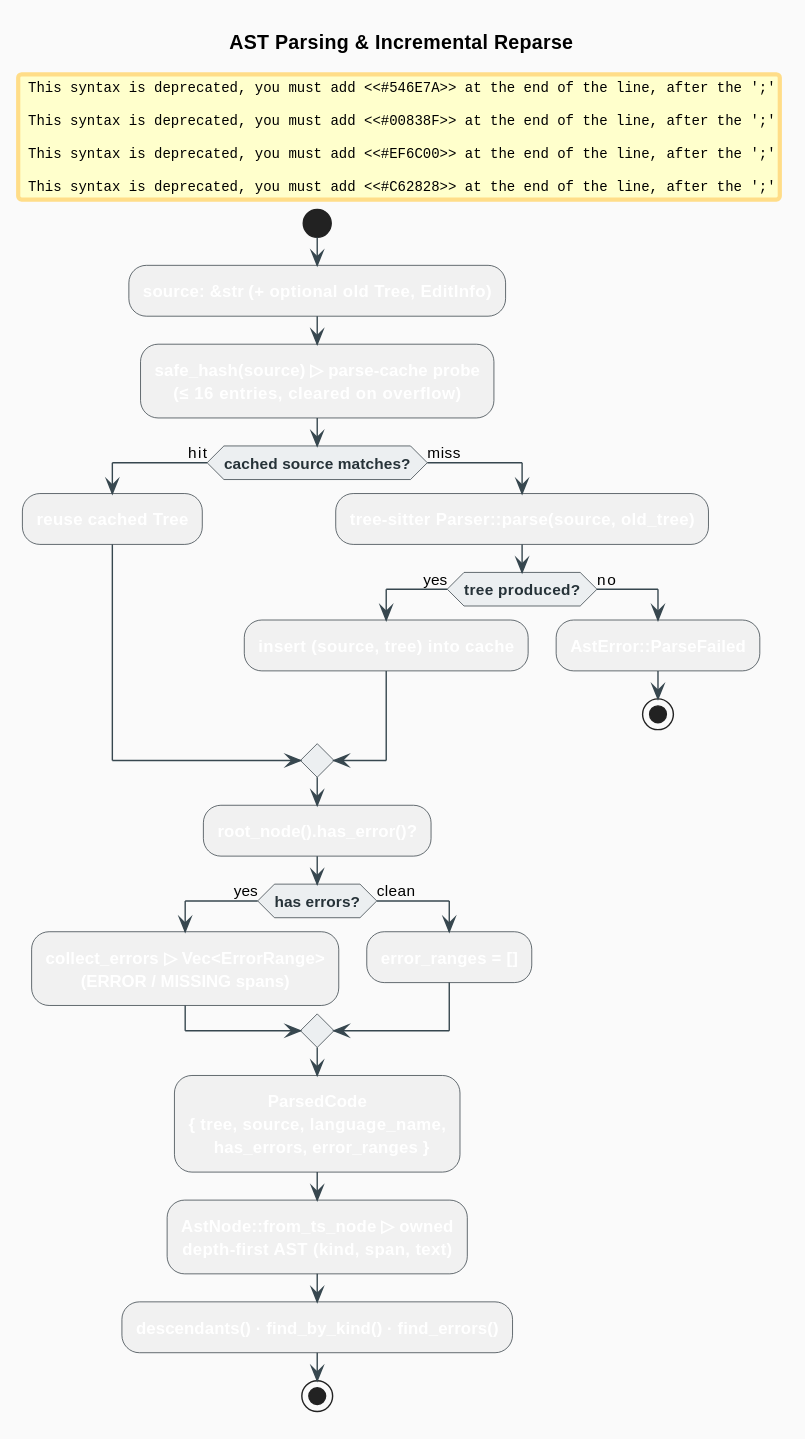
Before: docs/diagrams/code-ast-flow.svg, a diagram exported from PlantUML (vinary-tree/libgrammstein). Source of this version:
```plantuml
@startuml
skinparam backgroundColor #FAFAFA
skinparam shadowing false
skinparam defaultTextAlignment center
skinparam linetype ortho
skinparam ArrowColor #37474F
skinparam activity {
  FontColor white
  FontStyle bold
  BorderColor #263238
  DiamondBackgroundColor #ECEFF1
  DiamondFontColor #263238
}
title AST Parsing & Incremental Reparse

start
:**source: &str** (+ optional old Tree, EditInfo);
#546E7A:safe_hash(source) ▷ parse-cache probe
(≤ 16 entries, cleared on overflow);
if (cached source matches?) then (hit)
  #00838F:reuse cached Tree;
else (miss)
  #546E7A:tree-sitter Parser::parse(source, old_tree);
  if (tree produced?) then (yes)
    #EF6C00:insert (source, tree) into cache;
  else (no)
    #C62828:AstError::ParseFailed;
    stop
  endif
endif
#EF6C00:root_node().has_error()?;
if (has errors?) then (yes)
  #EF6C00:collect_errors ▷ Vec<ErrorRange>
(ERROR / MISSING spans);
else (clean)
  #EF6C00:error_ranges = [];
endif
:**ParsedCode**
{ tree, source, language_name,
  has_errors, error_ranges };
#EF6C00:AstNode::from_ts_node ▷ owned
depth-first AST (kind, span, text);
:descendants() · find_by_kind() · find_errors();
stop
@enduml
```
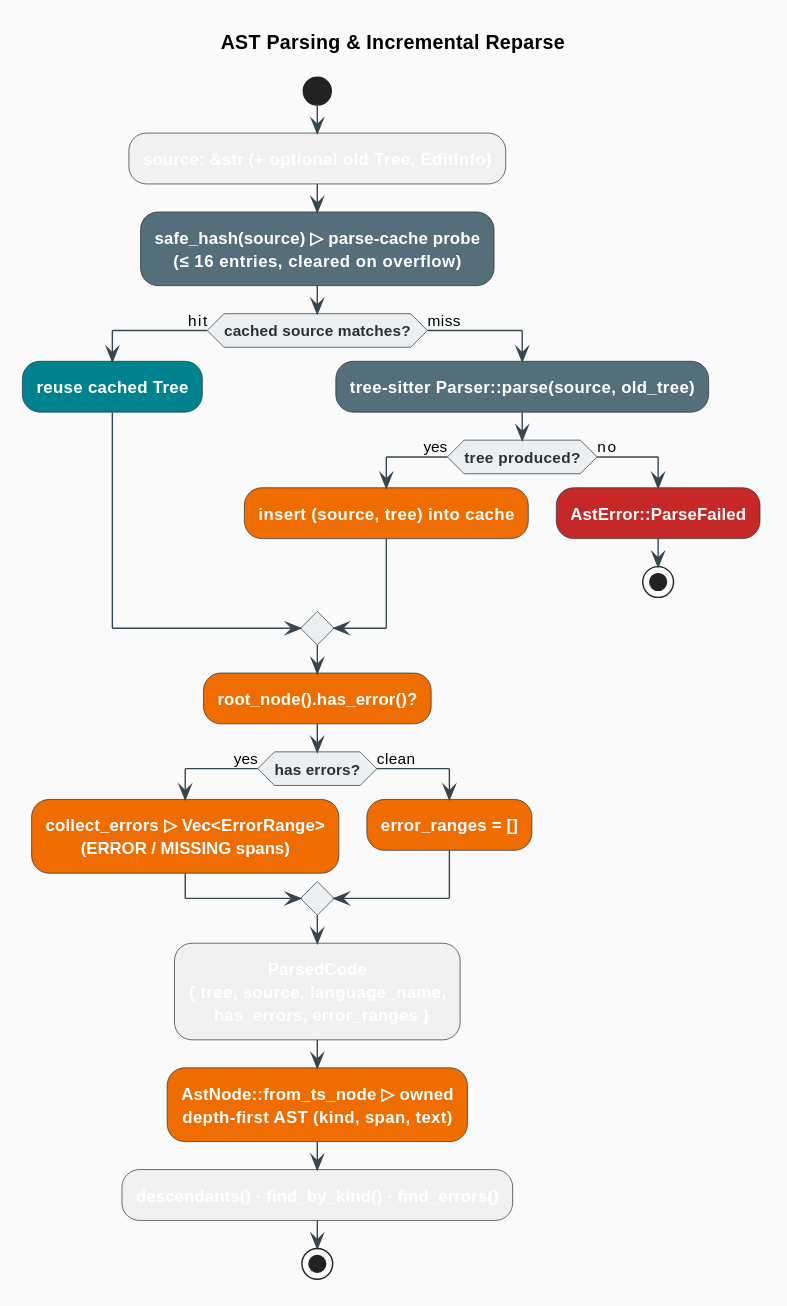
The same diagram one commit later.

The edit, as a diff of the source:
```diff
@@ -15,31 +15,31 @@
 
 start
 :**source: &str** (+ optional old Tree, EditInfo);
-#546E7A:safe_hash(source) ▷ parse-cache probe
-(≤ 16 entries, cleared on overflow);
+:safe_hash(source) ▷ parse-cache probe
+(≤ 16 entries, cleared on overflow); <<#546E7A>>
 if (cached source matches?) then (hit)
-  #00838F:reuse cached Tree;
+  :reuse cached Tree; <<#00838F>>
 else (miss)
-  #546E7A:tree-sitter Parser::parse(source, old_tree);
+  :tree-sitter Parser::parse(source, old_tree); <<#546E7A>>
   if (tree produced?) then (yes)
-    #EF6C00:insert (source, tree) into cache;
+    :insert (source, tree) into cache; <<#EF6C00>>
   else (no)
-    #C62828:AstError::ParseFailed;
+    :AstError::ParseFailed; <<#C62828>>
     stop
   endif
 endif
-#EF6C00:root_node().has_error()?;
+:root_node().has_error()?; <<#EF6C00>>
 if (has errors?) then (yes)
-  #EF6C00:collect_errors ▷ Vec<ErrorRange>
-(ERROR / MISSING spans);
+  :collect_errors ▷ Vec<ErrorRange>
+(ERROR / MISSING spans); <<#EF6C00>>
 else (clean)
-  #EF6C00:error_ranges = [];
+  :error_ranges = []; <<#EF6C00>>
 endif
 :**ParsedCode**
 { tree, source, language_name,
   has_errors, error_ranges };
-#EF6C00:AstNode::from_ts_node ▷ owned
-depth-first AST (kind, span, text);
+:AstNode::from_ts_node ▷ owned
+depth-first AST (kind, span, text); <<#EF6C00>>
 :descendants() · find_by_kind() · find_errors();
 stop
 @enduml
```
